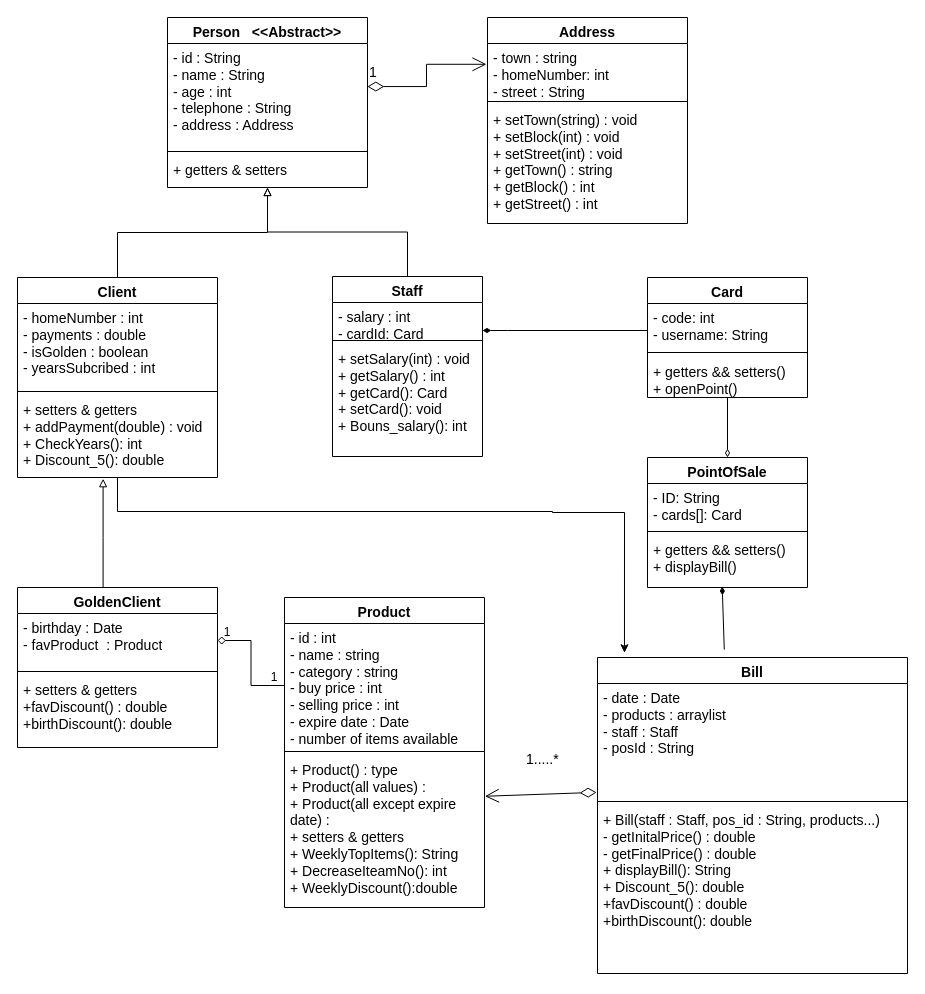
The draw.io diagram UML/supermarket-uml.drawio in DiaaAhmedHassan/SuperMarketSystem, before the edit. Source tidied: cells renumbered, new cells numbered last; positions are measured from the earlier drawing's top-left corner, leaving out a move shared by most shapes. Both pictures are drawn from the tidied source at 100%, with x=0, y=0 at pixel (17, 17).
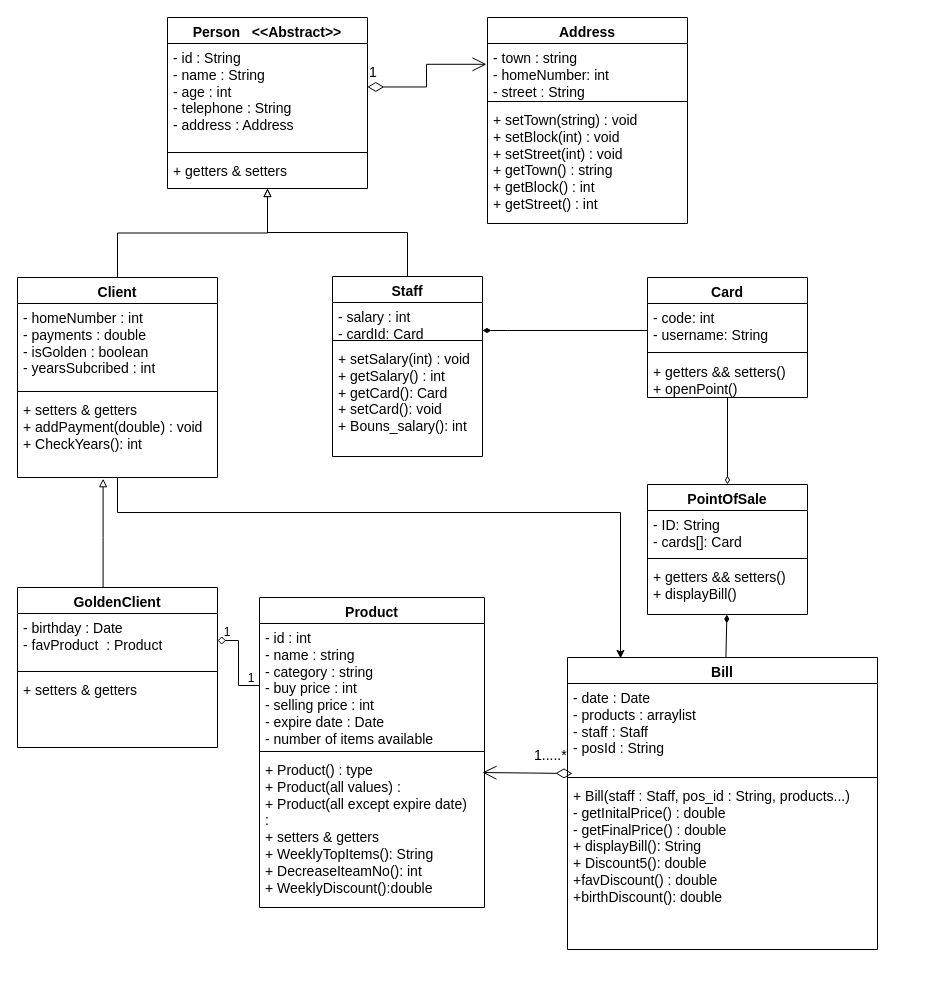
The same page after the edit.

Unchanged cells that the change refers to:
```xml
<mxCell id="6" value="Client" style="swimlane;fontStyle=1;align=center;verticalAlign=top;horizontal=1;startSize=26;whiteSpace=wrap;html=1;labelBackgroundColor=none;fontSize=14;" parent="1" vertex="1">
  <mxGeometry y="260" width="200" height="200" as="geometry" />
</mxCell>
<mxCell id="15" value="GoldenClient" style="swimlane;fontStyle=1;align=center;verticalAlign=top;horizontal=1;startSize=26;whiteSpace=wrap;html=1;labelBackgroundColor=none;fontSize=14;" parent="1" vertex="1">
  <mxGeometry y="570" width="200" height="160" as="geometry" />
</mxCell>
<mxCell id="36" value="+ getters &amp;amp;&amp;amp; setters()&lt;br style=&quot;font-size: 14px;&quot;&gt;+ displayBill()" style="text;strokeColor=none;fillColor=none;align=left;verticalAlign=top;spacingLeft=4;spacingRight=4;overflow=hidden;points=[[0,0.5],[1,0.5]];portConstraint=eastwest;whiteSpace=wrap;html=1;labelBackgroundColor=none;horizontal=1;fontSize=14;" parent="33" vertex="1">
  <mxGeometry y="78" width="160" height="52" as="geometry" />
</mxCell>
<mxCell id="43" value="+ getters &amp;amp;&amp;amp; setters()&lt;br style=&quot;font-size: 14px;&quot;&gt;+ openPoint()" style="text;strokeColor=none;fillColor=none;align=left;verticalAlign=top;spacingLeft=4;spacingRight=4;overflow=hidden;points=[[0,0.5],[1,0.5]];portConstraint=eastwest;whiteSpace=wrap;html=1;labelBackgroundColor=none;horizontal=1;fontSize=14;" parent="40" vertex="1">
  <mxGeometry y="80" width="160" height="40" as="geometry" />
</mxCell>
```

Diff of the diagram source:
```diff
@@
     <mxCell id="2" value="Product" style="swimlane;fontStyle=1;align=center;verticalAlign=top;horizontal=1;startSize=26;whiteSpace=wrap;html=1;labelBackgroundColor=none;fontSize=14;" parent="1" vertex="1">
-      <mxGeometry x="267" y="580" width="200" height="310" as="geometry" />
+      <mxGeometry x="242" y="580" width="225" height="310" as="geometry" />
     </mxCell>
     <mxCell id="3" value="- id : int&lt;br style=&quot;font-size: 14px;&quot;&gt;- name : string&lt;br style=&quot;font-size: 14px;&quot;&gt;- category : string&lt;br style=&quot;font-size: 14px;&quot;&gt;- buy price : int&lt;br style=&quot;font-size: 14px;&quot;&gt;- selling price : int&lt;br style=&quot;font-size: 14px;&quot;&gt;- expire date : Date&lt;br style=&quot;font-size: 14px;&quot;&gt;- number of items available&amp;nbsp;" style="text;strokeColor=none;fillColor=none;align=left;verticalAlign=top;spacingLeft=4;spacingRight=4;overflow=hidden;points=[[0,0.5],[1,0.5]];portConstraint=eastwest;whiteSpace=wrap;html=1;labelBackgroundColor=none;horizontal=1;fontSize=14;" parent="2" vertex="1">
-      <mxGeometry y="26" width="200" height="124" as="geometry" />
+      <mxGeometry y="26" width="225" height="124" as="geometry" />
     </mxCell>
     <mxCell id="4" style="line;strokeWidth=1;fillColor=none;align=left;verticalAlign=middle;spacingTop=-1;spacingLeft=3;spacingRight=3;labelPosition=right;strokeColor=inherit;labelBackgroundColor=none;horizontal=1;fontSize=14;" parent="2" vertex="1">
-      <mxGeometry y="150" width="200" height="8" as="geometry" />
+      <mxGeometry y="150" width="225" height="8" as="geometry" />
     </mxCell>
     <mxCell id="5" value="+ Product() : type&lt;br style=&quot;font-size: 14px;&quot;&gt;+ Product(all values) :&lt;br style=&quot;font-size: 14px;&quot;&gt;+ Product(all except expire date) :&amp;nbsp;&amp;nbsp;&lt;br style=&quot;font-size: 14px;&quot;&gt;+ setters &amp;amp; getters&lt;br style=&quot;font-size: 14px;&quot;&gt;+ WeeklyTopItems(): String&lt;br&gt;+ DecreaseIteamNo(): int&lt;br&gt;+ WeeklyDiscount():double&amp;nbsp;" style="text;strokeColor=none;fillColor=none;align=left;verticalAlign=top;spacingLeft=4;spacingRight=4;overflow=hidden;points=[[0,0.5],[1,0.5]];portConstraint=eastwest;whiteSpace=wrap;html=1;labelBackgroundColor=none;horizontal=1;fontSize=14;" parent="2" vertex="1">
-      <mxGeometry y="158" width="200" height="152" as="geometry" />
+      <mxGeometry y="158" width="225" height="152" as="geometry" />
     </mxCell>
@@
-    <mxCell id="9" value="+ setters &amp;amp; getters&lt;br style=&quot;font-size: 14px;&quot;&gt;+ addPayment(double) : void&lt;br style=&quot;font-size: 14px;&quot;&gt;+ CheckYears(): int&lt;br style=&quot;font-size: 14px;&quot;&gt;+ Discount_5(): double" style="text;strokeColor=none;fillColor=none;align=left;verticalAlign=top;spacingLeft=4;spacingRight=4;overflow=hidden;points=[[0,0.5],[1,0.5]];portConstraint=eastwest;whiteSpace=wrap;html=1;labelBackgroundColor=none;horizontal=1;fontSize=14;" parent="6" vertex="1">
+    <mxCell id="9" value="+ setters &amp;amp; getters&lt;br style=&quot;font-size: 14px;&quot;&gt;+ addPayment(double) : void&lt;br style=&quot;font-size: 14px;&quot;&gt;+ CheckYears(): int" style="text;strokeColor=none;fillColor=none;align=left;verticalAlign=top;spacingLeft=4;spacingRight=4;overflow=hidden;points=[[0,0.5],[1,0.5]];portConstraint=eastwest;whiteSpace=wrap;html=1;labelBackgroundColor=none;horizontal=1;fontSize=14;" parent="6" vertex="1">
       <mxGeometry y="118" width="200" height="82" as="geometry" />
     </mxCell>
@@
-    <mxCell id="18" value="+ setters &amp;amp; getters&lt;br style=&quot;font-size: 14px;&quot;&gt;+favDiscount() : double&lt;br style=&quot;font-size: 14px;&quot;&gt;+birthDiscount(): double" style="text;strokeColor=none;fillColor=none;align=left;verticalAlign=top;spacingLeft=4;spacingRight=4;overflow=hidden;whiteSpace=wrap;html=1;labelBackgroundColor=none;horizontal=1;fontSize=14;" parent="15" vertex="1">
+    <mxCell id="18" value="+ setters &amp;amp; getters" style="text;strokeColor=none;fillColor=none;align=left;verticalAlign=top;spacingLeft=4;spacingRight=4;overflow=hidden;whiteSpace=wrap;html=1;labelBackgroundColor=none;horizontal=1;fontSize=14;" parent="15" vertex="1">
       <mxGeometry y="88" width="200" height="72" as="geometry" />
     </mxCell>
+    <mxCell id="37" style="rounded=0;jettySize=auto;html=1;endArrow=diamondThin;endFill=1;" parent="1" edge="1" source="19" target="36">
+      <mxGeometry relative="1" as="geometry" />
+    </mxCell>
     <mxCell id="19" value="Bill" style="swimlane;fontStyle=1;align=center;verticalAlign=top;horizontal=1;startSize=26;whiteSpace=wrap;html=1;labelBackgroundColor=none;fontSize=14;" parent="1" vertex="1">
-      <mxGeometry x="580" y="640" width="310" height="316" as="geometry" />
+      <mxGeometry x="550" y="640" width="310" height="292" as="geometry" />
     </mxCell>
     <mxCell id="20" value="- date : Date&lt;br style=&quot;font-size: 14px;&quot;&gt;- products : arraylist&lt;br style=&quot;font-size: 14px;&quot;&gt;- staff : Staff&lt;br style=&quot;font-size: 14px;&quot;&gt;- posId : String" style="text;strokeColor=none;fillColor=none;align=left;verticalAlign=top;spacingLeft=4;spacingRight=4;overflow=hidden;points=[[0,0.5],[1,0.5]];portConstraint=eastwest;whiteSpace=wrap;html=1;labelBackgroundColor=none;horizontal=1;fontSize=14;" parent="19" vertex="1">
-      <mxGeometry y="26" width="310" height="114" as="geometry" />
+      <mxGeometry y="26" width="310" height="90" as="geometry" />
     </mxCell>
     <mxCell id="21" style="line;strokeWidth=1;fillColor=none;align=left;verticalAlign=middle;spacingTop=-1;spacingLeft=3;spacingRight=3;labelPosition=right;strokeColor=inherit;labelBackgroundColor=none;horizontal=1;fontSize=14;" parent="19" vertex="1">
-      <mxGeometry y="140" width="310" height="8" as="geometry" />
+      <mxGeometry y="116" width="310" height="8" as="geometry" />
     </mxCell>
-    <mxCell id="22" value="+ Bill(staff : Staff, pos_id : String, products...)&amp;nbsp;&lt;br style=&quot;font-size: 14px;&quot;&gt;- getInitalPrice() : double&lt;br&gt;- getFinalPrice() : double&lt;br&gt;+ displayBill(): String&lt;br&gt;+ Discount_5(): double&lt;br&gt;+favDiscount() : double&lt;br&gt;+birthDiscount(): double" style="text;strokeColor=none;fillColor=none;align=left;verticalAlign=top;spacingLeft=4;spacingRight=4;overflow=hidden;whiteSpace=wrap;html=1;labelBackgroundColor=none;horizontal=1;fontSize=14;" parent="19" vertex="1">
-      <mxGeometry y="148" width="310" height="168" as="geometry" />
+    <mxCell id="22" value="+ Bill(staff : Staff, pos_id : String, products...)&amp;nbsp;&lt;br style=&quot;font-size: 14px;&quot;&gt;- getInitalPrice() : double&lt;br&gt;- getFinalPrice() : double&lt;br&gt;+ displayBill(): String&lt;br&gt;+ Discount5(): double&lt;br&gt;+favDiscount() : double&lt;br&gt;+birthDiscount(): double" style="text;strokeColor=none;fillColor=none;align=left;verticalAlign=top;spacingLeft=4;spacingRight=4;overflow=hidden;whiteSpace=wrap;html=1;labelBackgroundColor=none;horizontal=1;fontSize=14;" parent="19" vertex="1">
+      <mxGeometry y="124" width="310" height="168" as="geometry" />
     </mxCell>
@@
     <mxCell id="29" value="Person&amp;nbsp; &amp;nbsp;&amp;lt;&amp;lt;Abstract&amp;gt;&amp;gt;" style="swimlane;fontStyle=1;align=center;verticalAlign=top;horizontal=1;startSize=26;whiteSpace=wrap;html=1;labelBackgroundColor=none;fontSize=14;" parent="1" vertex="1">
-      <mxGeometry x="150" width="200" height="170" as="geometry" />
+      <mxGeometry x="150" width="200" height="171" as="geometry" />
     </mxCell>
     <mxCell id="30" value="- id : String&lt;br style=&quot;font-size: 14px;&quot;&gt;- name : String&lt;br style=&quot;font-size: 14px;&quot;&gt;- age : int&lt;br style=&quot;font-size: 14px;&quot;&gt;- telephone : String&lt;br style=&quot;font-size: 14px;&quot;&gt;- address : Address" style="text;strokeColor=none;fillColor=none;align=left;verticalAlign=top;spacingLeft=4;spacingRight=4;overflow=hidden;points=[[0,0.5],[1,0.5]];portConstraint=eastwest;whiteSpace=wrap;html=1;labelBackgroundColor=none;horizontal=1;fontSize=14;" parent="29" vertex="1">
-      <mxGeometry y="26" width="200" height="104" as="geometry" />
+      <mxGeometry y="26" width="200" height="105" as="geometry" />
     </mxCell>
     <mxCell id="31" style="line;strokeWidth=1;fillColor=none;align=left;verticalAlign=middle;spacingTop=-1;spacingLeft=3;spacingRight=3;labelPosition=right;strokeColor=inherit;labelBackgroundColor=none;horizontal=1;fontSize=14;" parent="29" vertex="1">
-      <mxGeometry y="130" width="200" height="8" as="geometry" />
+      <mxGeometry y="131" width="200" height="8" as="geometry" />
     </mxCell>
     <mxCell id="32" value="+ getters &amp;amp; setters" style="text;strokeColor=none;fillColor=none;align=left;verticalAlign=top;spacingLeft=4;spacingRight=4;overflow=hidden;whiteSpace=wrap;html=1;labelBackgroundColor=none;horizontal=1;fontSize=14;" parent="29" vertex="1">
-      <mxGeometry y="138" width="200" height="32" as="geometry" />
+      <mxGeometry y="139" width="200" height="32" as="geometry" />
     </mxCell>
     <mxCell id="33" value="PointOfSale" style="swimlane;fontStyle=1;align=center;verticalAlign=top;horizontal=1;startSize=26;whiteSpace=wrap;html=1;labelBackgroundColor=none;fontSize=14;" parent="1" vertex="1">
-      <mxGeometry x="630" y="440" width="160" height="130" as="geometry" />
+      <mxGeometry x="630" y="467" width="160" height="130" as="geometry" />
     </mxCell>
@@
-    <mxCell id="37" style="rounded=0;jettySize=auto;html=1;endArrow=diamondThin;endFill=1;entryX=0.467;entryY=0.981;entryDx=0;entryDy=0;entryPerimeter=0;exitX=0.409;exitY=-0.025;exitDx=0;exitDy=0;exitPerimeter=0;labelBackgroundColor=none;horizontal=1;fontSize=14;" parent="1" edge="1" source="19" target="36">
-      <mxGeometry relative="1" as="geometry" />
-    </mxCell>
@@
-    <mxCell id="39" value="1.....*" style="endArrow=open;html=1;endSize=12;startArrow=diamondThin;startSize=14;startFill=0;align=left;verticalAlign=bottom;rounded=0;exitX=-0.003;exitY=0.955;exitDx=0;exitDy=0;labelBackgroundColor=none;horizontal=1;fontSize=14;exitPerimeter=0;entryX=1.002;entryY=0.268;entryDx=0;entryDy=0;entryPerimeter=0;" parent="1" edge="1" source="20" target="5">
-      <mxGeometry x="0.27" y="-24" relative="1" as="geometry" />
-    </mxCell>
@@
-    <mxCell id="45" style="rounded=0;jettySize=auto;html=1;endArrow=diamondThin;endFill=0;labelBackgroundColor=none;horizontal=1;fontSize=14;" parent="1" edge="1" source="43" target="33">
+    <mxCell id="45" style="rounded=0;jettySize=auto;html=1;endArrow=diamondThin;endFill=0;labelBackgroundColor=none;horizontal=1;fontSize=14;strokeWidth=1;" parent="1" edge="1" source="43" target="33">
       <mxGeometry relative="1" as="geometry" />
     </mxCell>
@@
     <mxCell id="47" value="1" style="text;html=1;strokeColor=none;fillColor=none;align=center;verticalAlign=middle;whiteSpace=wrap;rounded=0;" parent="1" vertex="1">
-      <mxGeometry x="247" y="655" width="20" height="10" as="geometry" />
+      <mxGeometry x="224" y="656" width="20" height="10" as="geometry" />
     </mxCell>
@@
-    <mxCell id="49" style="edgeStyle=orthogonalEdgeStyle;rounded=0;jettySize=auto;html=1;entryX=0.087;entryY=-0.015;entryDx=0;entryDy=0;entryPerimeter=0;" parent="1" edge="1" source="9" target="19">
+    <mxCell id="49" style="edgeStyle=orthogonalEdgeStyle;rounded=0;jettySize=auto;html=1;entryX=0.171;entryY=0.003;entryDx=0;entryDy=0;entryPerimeter=0;" parent="1" edge="1" source="9" target="19">
       <mxGeometry relative="1" as="geometry">
         <Array as="points">
-          <mxPoint x="100" y="494" />
-          <mxPoint x="535" y="494" />
-          <mxPoint x="607" y="495" />
+          <mxPoint x="100" y="495" />
+          <mxPoint x="603" y="495" />
         </Array>
       </mxGeometry>
     </mxCell>
+    <mxCell id="39" value="1.....*" style="endArrow=open;html=1;endSize=12;startArrow=diamondThin;startSize=14;startFill=0;align=left;verticalAlign=bottom;rounded=0;labelBackgroundColor=none;horizontal=1;fontSize=14;exitX=0.016;exitY=1;exitDx=0;exitDy=0;exitPerimeter=0;entryX=0.991;entryY=0.112;entryDx=0;entryDy=0;entryPerimeter=0;" parent="1" edge="1" source="20" target="5">
+      <mxGeometry x="-0.11" y="-7" relative="1" as="geometry" />
+    </mxCell>
```
